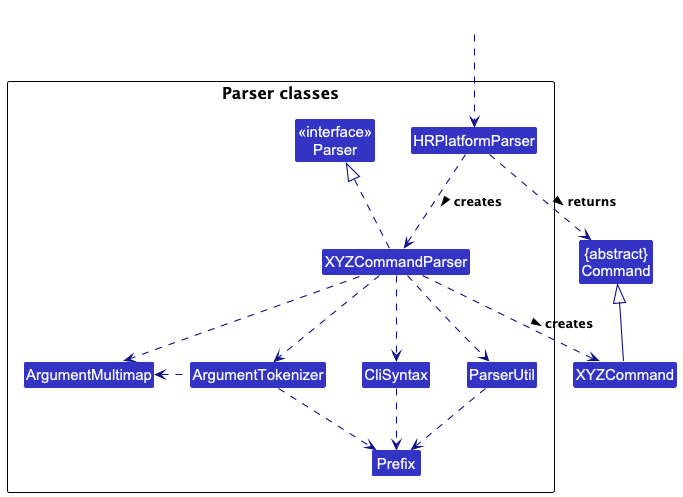
Earlier version of the PlantUML export docs/images/ParserClasses.png (nus-cs2103-AY2425S1/tp).
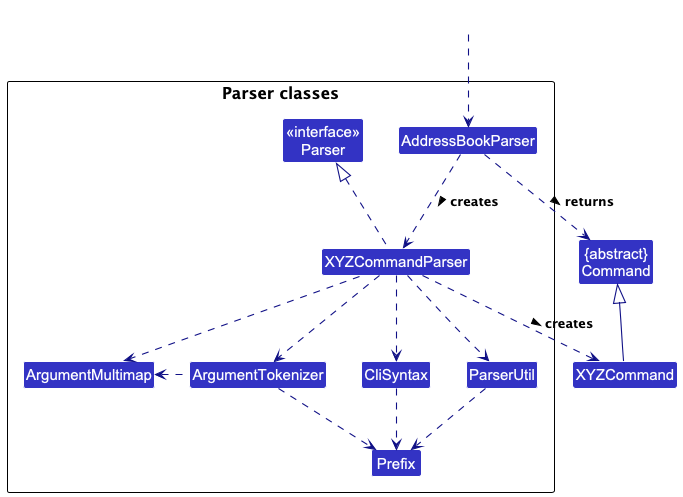
Later version of the same file.

Diff of the diagram source:
```diff
@@ -9,7 +9,7 @@
 
 package "Parser classes"{
 Class "<<interface>>\nParser" as Parser
-Class HRPlatformParser
+Class AddressBookParser
 Class XYZCommandParser
 Class CliSyntax
 Class ParserUtil
@@ -19,12 +19,12 @@
 }
 
 Class HiddenOutside #FFFFFF
-HiddenOutside ..> HRPlatformParser
+HiddenOutside ..> AddressBookParser
 
-HRPlatformParser .down.> XYZCommandParser: creates >
+AddressBookParser .down.> XYZCommandParser: creates >
 
 XYZCommandParser ..> XYZCommand : creates >
-HRPlatformParser ..> Command : returns >
+AddressBookParser ..> Command : returns >
 XYZCommandParser .up.|> Parser
 XYZCommandParser ..> ArgumentMultimap
 XYZCommandParser ..> ArgumentTokenizer
```
